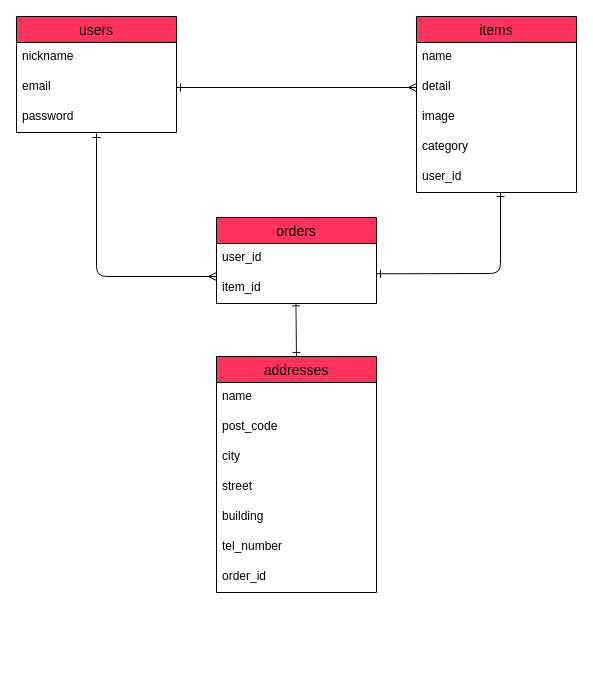
yoshida0835/furima-39605 keeps this draw.io diagram as ER.dio. Above is the earlier version. Source tidied: cells renumbered, new cells numbered last; positions are measured from the earlier drawing's top-left corner, leaving out a move shared by most shapes. Both pictures are drawn from the tidied source at 100%, with x=0, y=0 at pixel (16, 16).
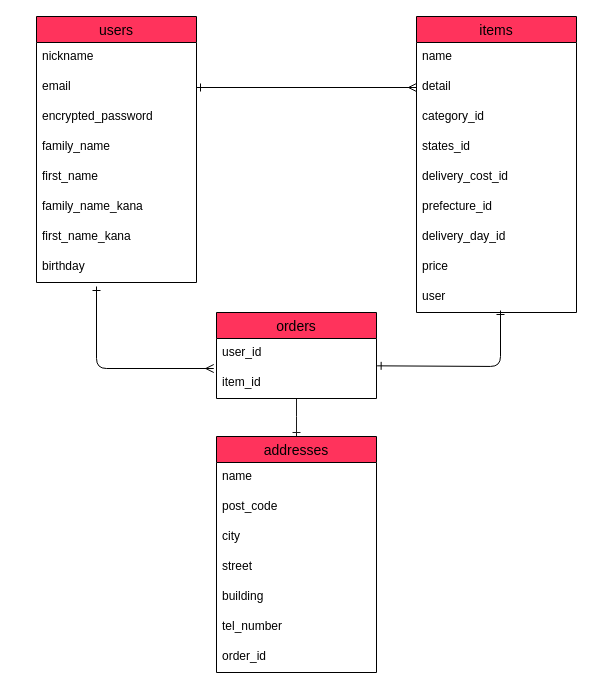
The same diagram, later.

Unchanged cells that the change refers to:
```xml
<mxCell id="25" value="user_id" style="text;spacingLeft=4;spacingRight=4;overflow=hidden;points=[[0,0.5],[1,0.5]];portConstraint=eastwest;fontSize=12;" parent="24" vertex="1">
  <mxGeometry y="26" width="160" height="30" as="geometry" />
</mxCell>
<mxCell id="26" value="item_id" style="text;spacingLeft=4;spacingRight=4;overflow=hidden;points=[[0,0.5],[1,0.5]];portConstraint=eastwest;fontSize=12;" parent="24" vertex="1">
  <mxGeometry y="56" width="160" height="30" as="geometry" />
</mxCell>
```

What changed in the source:
```diff
@@
     <mxCell id="2" value="users" style="swimlane;fontStyle=0;horizontal=1;startSize=26;align=center;fontSize=14;fillColor=#FF335C;swimlaneFillColor=default;" parent="1" vertex="1">
-      <mxGeometry width="160" height="116" as="geometry" />
+      <mxGeometry x="20" width="160" height="266" as="geometry" />
     </mxCell>
@@
+    <mxCell id="27" value="encrypted_password" style="text;spacingLeft=4;spacingRight=4;overflow=hidden;fontSize=12;" parent="2" vertex="1">
+      <mxGeometry y="86" width="160" height="30" as="geometry" />
+    </mxCell>
-    <mxCell id="5" value="password" style="text;spacingLeft=4;spacingRight=4;overflow=hidden;fontSize=12;" parent="2" vertex="1">
-      <mxGeometry y="86" width="160" height="30" as="geometry" />
+    <mxCell id="5" value="family_name" style="text;spacingLeft=4;spacingRight=4;overflow=hidden;fontSize=12;" parent="2" vertex="1">
+      <mxGeometry y="116" width="160" height="30" as="geometry" />
     </mxCell>
+    <mxCell id="28" value="first_name" style="text;spacingLeft=4;spacingRight=4;overflow=hidden;fontSize=12;" parent="2" vertex="1">
+      <mxGeometry y="146" width="160" height="30" as="geometry" />
+    </mxCell>
+    <mxCell id="29" value="family_name_kana" style="text;spacingLeft=4;spacingRight=4;overflow=hidden;fontSize=12;" parent="2" vertex="1">
+      <mxGeometry y="176" width="160" height="30" as="geometry" />
+    </mxCell>
+    <mxCell id="30" value="first_name_kana" style="text;spacingLeft=4;spacingRight=4;overflow=hidden;fontSize=12;" parent="2" vertex="1">
+      <mxGeometry y="206" width="160" height="30" as="geometry" />
+    </mxCell>
+    <mxCell id="31" value="birthday" style="text;spacingLeft=4;spacingRight=4;overflow=hidden;fontSize=12;" parent="2" vertex="1">
+      <mxGeometry y="236" width="160" height="30" as="geometry" />
+    </mxCell>
     <mxCell id="6" value="items" style="swimlane;fontStyle=0;horizontal=1;startSize=26;align=center;fontSize=14;fillColor=#FF335C;swimlaneFillColor=default;" parent="1" vertex="1">
-      <mxGeometry x="400" width="160" height="176" as="geometry" />
+      <mxGeometry x="400" width="160" height="296" as="geometry" />
     </mxCell>
@@
-    <mxCell id="9" value="image" style="text;spacingLeft=4;spacingRight=4;overflow=hidden;fontSize=12;" parent="6" vertex="1">
+    <mxCell id="9" value="category_id" style="text;spacingLeft=4;spacingRight=4;overflow=hidden;fontSize=12;" parent="6" vertex="1">
       <mxGeometry y="86" width="160" height="30" as="geometry" />
     </mxCell>
-    <mxCell id="10" value="category" style="text;spacingLeft=4;spacingRight=4;overflow=hidden;fontSize=12;" parent="6" vertex="1">
+    <mxCell id="10" value="states_id" style="text;spacingLeft=4;spacingRight=4;overflow=hidden;fontSize=12;" parent="6" vertex="1">
       <mxGeometry y="116" width="160" height="30" as="geometry" />
     </mxCell>
-    <mxCell id="11" value="user_id" style="text;spacingLeft=4;spacingRight=4;overflow=hidden;fontSize=12;" parent="6" vertex="1">
+    <mxCell id="11" value="delivery_cost_id" style="text;spacingLeft=4;spacingRight=4;overflow=hidden;fontSize=12;" parent="6" vertex="1">
       <mxGeometry y="146" width="160" height="30" as="geometry" />
     </mxCell>
+    <mxCell id="32" value="prefecture_id" style="text;spacingLeft=4;spacingRight=4;overflow=hidden;fontSize=12;" parent="6" vertex="1">
+      <mxGeometry y="176" width="160" height="30" as="geometry" />
+    </mxCell>
+    <mxCell id="33" value="delivery_day_id" style="text;spacingLeft=4;spacingRight=4;overflow=hidden;fontSize=12;" parent="6" vertex="1">
+      <mxGeometry y="206" width="160" height="30" as="geometry" />
+    </mxCell>
+    <mxCell id="34" value="price" style="text;spacingLeft=4;spacingRight=4;overflow=hidden;fontSize=12;" parent="6" vertex="1">
+      <mxGeometry y="236" width="160" height="30" as="geometry" />
+    </mxCell>
+    <mxCell id="35" value="user" style="text;spacingLeft=4;spacingRight=4;overflow=hidden;fontSize=12;" parent="6" vertex="1">
+      <mxGeometry y="266" width="160" height="30" as="geometry" />
+    </mxCell>
-    <mxCell id="12" style="edgeStyle=none;html=1;exitX=0.496;exitY=0.978;exitDx=0;exitDy=0;entryX=0.5;entryY=0;entryDx=0;entryDy=0;startArrow=ERone;startFill=0;endArrow=ERone;endFill=0;sourcePerimeterSpacing=0;exitPerimeter=0;strokeColor=#1A1A1A;" parent="1" edge="1" target="13">
+    <mxCell id="12" style="edgeStyle=none;html=1;entryX=0.5;entryY=0;entryDx=0;entryDy=0;startArrow=ERone;startFill=0;endArrow=ERone;endFill=0;sourcePerimeterSpacing=0;strokeColor=#1A1A1A;" parent="1" edge="1" target="13">
       <mxGeometry relative="1" as="geometry">
-        <mxPoint x="279.4" y="285.3" as="sourcePoint" />
+        <mxPoint x="280" y="340" as="sourcePoint" />
+        <Array as="points">
+          <mxPoint x="280" y="390" />
+        </Array>
       </mxGeometry>
     </mxCell>
     <mxCell id="13" value="addresses" style="swimlane;fontStyle=0;horizontal=1;startSize=26;align=center;fontSize=14;fillColor=#FF335C;swimlaneFillColor=default;" parent="1" vertex="1">
-      <mxGeometry x="200" y="340" width="160" height="236" as="geometry" />
+      <mxGeometry x="200" y="420" width="160" height="236" as="geometry" />
     </mxCell>
@@
-    <mxCell id="22" style="edgeStyle=none;html=1;startArrow=ERone;startFill=0;endArrow=ERmany;endFill=0;sourcePerimeterSpacing=0;strokeColor=#000000;" parent="1" edge="1">
+    <mxCell id="22" style="edgeStyle=none;html=1;startArrow=ERone;startFill=0;endArrow=ERmany;endFill=0;sourcePerimeterSpacing=0;strokeColor=#000000;entryX=-0.017;entryY=0;entryDx=0;entryDy=0;entryPerimeter=0;" parent="1" edge="1" target="26">
       <mxGeometry relative="1" as="geometry">
-        <mxPoint x="80" y="117" as="sourcePoint" />
-        <mxPoint x="200" y="260" as="targetPoint" />
+        <mxPoint x="80" y="270" as="sourcePoint" />
         <Array as="points">
-          <mxPoint x="80" y="260" />
+          <mxPoint x="80" y="352" />
         </Array>
       </mxGeometry>
     </mxCell>
-    <mxCell id="23" style="edgeStyle=none;html=1;exitX=0.5;exitY=1.133;exitDx=0;exitDy=0;entryX=0.975;entryY=0.044;entryDx=0;entryDy=0;startArrow=ERone;startFill=0;endArrow=ERone;endFill=0;sourcePerimeterSpacing=0;exitPerimeter=0;entryPerimeter=0;strokeColor=#000000;" parent="1" edge="1">
+    <mxCell id="23" style="edgeStyle=none;html=1;entryX=1.004;entryY=0.911;entryDx=0;entryDy=0;startArrow=ERone;startFill=0;endArrow=ERone;endFill=0;sourcePerimeterSpacing=0;entryPerimeter=0;strokeColor=#000000;" parent="1" edge="1" target="25">
       <mxGeometry relative="1" as="geometry">
-        <mxPoint x="484" y="176" as="sourcePoint" />
-        <mxPoint x="360" y="257.3" as="targetPoint" />
+        <mxPoint x="484" y="294" as="sourcePoint" />
         <Array as="points">
-          <mxPoint x="484" y="257" />
+          <mxPoint x="484" y="350" />
         </Array>
       </mxGeometry>
     </mxCell>
     <mxCell id="24" value="orders" style="swimlane;fontStyle=0;horizontal=1;startSize=26;align=center;fontSize=14;fillColor=#FF335C;swimlaneFillColor=default;" parent="1" vertex="1">
-      <mxGeometry x="200" y="201" width="160" height="86" as="geometry" />
+      <mxGeometry x="200" y="296" width="160" height="86" as="geometry" />
     </mxCell>
```
